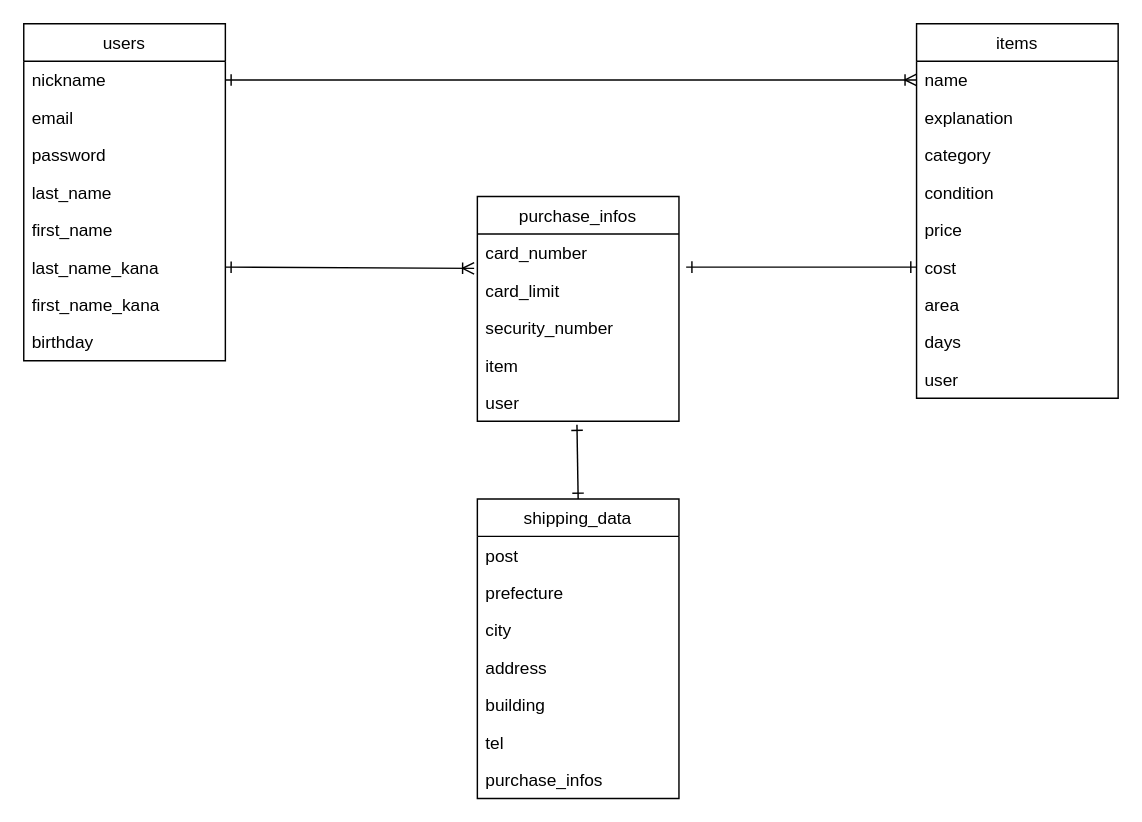
Above: furima-er.drawio in HirokiYagou/furima-33492 (draw.io), before the change. Source tidied: cells renumbered, new cells numbered last; positions are measured from the earlier drawing's top-left corner, leaving out a move shared by most shapes. Both pictures are drawn from the tidied source at 144%, with x=0, y=0 at pixel (23, 23).
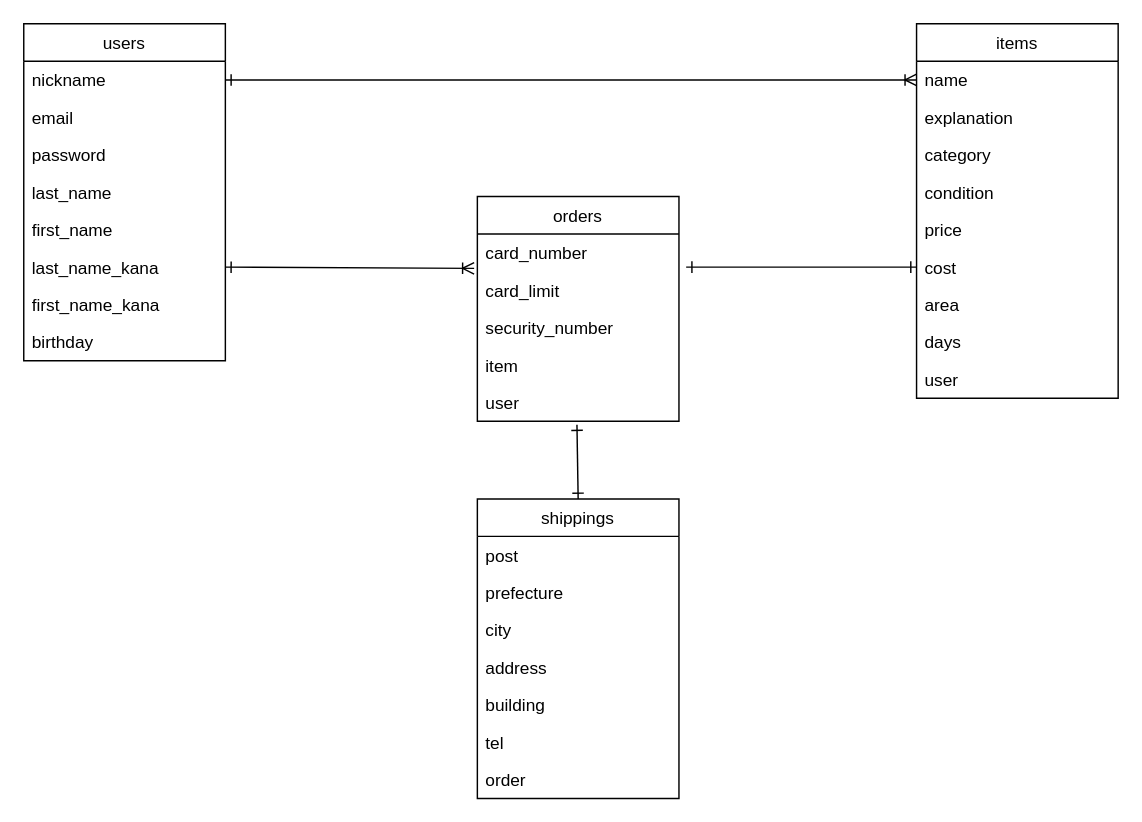
The same page after the edit.

Commit message (it also covers changes not shown here):
設計段階のテーブル名変更

What changed in the source:
```diff
@@
-    <mxCell id="21" value="purchase_infos" style="swimlane;fontStyle=0;horizontal=1;startSize=26;fillColor=none;labelBackgroundColor=none;" parent="1" vertex="1">
+    <mxCell id="21" value="orders" style="swimlane;fontStyle=0;horizontal=1;startSize=26;fillColor=none;labelBackgroundColor=none;" parent="1" vertex="1">
       <mxGeometry x="315" y="120" width="140" height="156" as="geometry" />
     </mxCell>
@@
-    <mxCell id="30" value="shipping_data" style="swimlane;fontStyle=0;horizontal=1;startSize=26;fillColor=none;" parent="1" vertex="1">
+    <mxCell id="30" value="shippings" style="swimlane;fontStyle=0;horizontal=1;startSize=26;fillColor=none;" parent="1" vertex="1">
       <mxGeometry x="315" y="330" width="140" height="208" as="geometry" />
     </mxCell>
@@
-    <mxCell id="37" value="purchase_infos" style="text;strokeColor=none;fillColor=none;align=left;verticalAlign=top;spacingLeft=4;spacingRight=4;overflow=hidden;" parent="30" vertex="1">
+    <mxCell id="37" value="order" style="text;strokeColor=none;fillColor=none;align=left;verticalAlign=top;spacingLeft=4;spacingRight=4;overflow=hidden;" parent="30" vertex="1">
       <mxGeometry y="182" width="140" height="26" as="geometry" />
     </mxCell>
```
